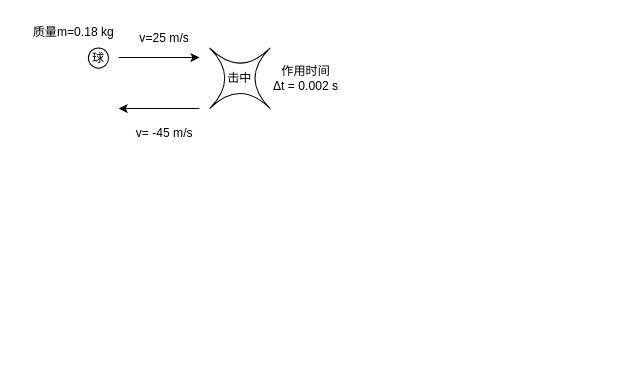
Earlier version of the draw.io diagram 30_生活中的物理/物理2图解.drawio (m-v-priest/02_myself_ID_EGO). Source tidied: cells renumbered, new cells numbered last; positions are measured from the earlier drawing's top-left corner, leaving out a move shared by most shapes. Both pictures are drawn from the tidied source at 101%, with x=0, y=0 at pixel (17, 17).
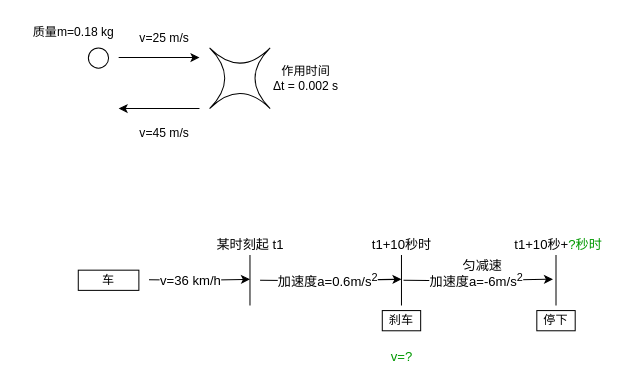
The same page after the edit.

Change to the diagram source:
```diff
@@
-    <mxCell id="2" value="球" style="ellipse;whiteSpace=wrap;html=1;" parent="1" vertex="1">
+    <mxCell id="2" style="ellipse;whiteSpace=wrap;html=1;" parent="1" vertex="1">
       <mxGeometry x="70" y="30" width="20" height="20" as="geometry" />
     </mxCell>
@@
-    <mxCell id="4" value="击中" style="shape=switch;whiteSpace=wrap;html=1;" parent="1" vertex="1">
+    <mxCell id="4" style="shape=switch;whiteSpace=wrap;html=1;" parent="1" vertex="1">
       <mxGeometry x="190" y="30" width="60" height="60" as="geometry" />
     </mxCell>
@@
-    <mxCell id="9" value="v= -45 m/s" style="text;html=1;align=center;verticalAlign=middle;strokeColor=none;fillColor=none;" parent="1" vertex="1">
-      <mxGeometry x="105" y="100" width="80" height="30" as="geometry" />
+    <mxCell id="9" value="v=45 m/s" style="text;html=1;align=center;verticalAlign=middle;strokeColor=none;fillColor=none;" parent="1" vertex="1">
+      <mxGeometry x="110" y="100" width="70" height="30" as="geometry" />
     </mxCell>
+    <mxCell id="10" value="车" style="rounded=0;whiteSpace=wrap;html=1;" parent="1" vertex="1">
+      <mxGeometry x="60" y="250" width="60" height="20" as="geometry" />
+    </mxCell>
+    <mxCell id="11" style="endArrow=classic;html=1;rounded=0;" parent="1" edge="1">
+      <mxGeometry relative="1" as="geometry">
+        <mxPoint x="130" y="259.5" as="sourcePoint" />
+        <mxPoint x="230" y="259" as="targetPoint" />
+        <Array as="points">
+          <mxPoint x="180" y="260" />
+        </Array>
+      </mxGeometry>
+    </mxCell>
+    <mxCell id="12" value="v=36 km/h" style="edgeLabel;html=1;align=center;verticalAlign=middle;fontSize=13;" parent="11" vertex="1">
+      <mxGeometry x="0.3" y="-3" relative="1" as="geometry">
+        <mxPoint x="-25" y="-3" as="offset" />
+      </mxGeometry>
+    </mxCell>
+    <mxCell id="13" style="endArrow=none;html=1;rounded=0;fontSize=13;" parent="1" edge="1">
+      <mxGeometry relative="1" as="geometry">
+        <mxPoint x="230" y="285" as="sourcePoint" />
+        <mxPoint x="230" y="235" as="targetPoint" />
+      </mxGeometry>
+    </mxCell>
+    <mxCell id="14" value="某时刻起 t1" style="text;html=1;align=center;verticalAlign=middle;strokeColor=none;fillColor=none;fontSize=13;" parent="1" vertex="1">
+      <mxGeometry x="185" y="210" width="90" height="30" as="geometry" />
+    </mxCell>
+    <mxCell id="15" style="endArrow=classic;html=1;rounded=0;" parent="1" edge="1">
+      <mxGeometry relative="1" as="geometry">
+        <mxPoint x="240" y="260" as="sourcePoint" />
+        <mxPoint x="380" y="259" as="targetPoint" />
+        <Array as="points">
+          <mxPoint x="290" y="260.5" />
+        </Array>
+      </mxGeometry>
+    </mxCell>
+    <mxCell id="16" value="加速度a=0.6m/s&lt;sup&gt;2&lt;/sup&gt;" style="edgeLabel;html=1;align=center;verticalAlign=middle;fontSize=13;" parent="15" vertex="1">
+      <mxGeometry x="0.3" y="-3" relative="1" as="geometry">
+        <mxPoint x="-25" y="-3" as="offset" />
+      </mxGeometry>
+    </mxCell>
+    <mxCell id="17" style="endArrow=none;html=1;rounded=0;fontSize=13;" parent="1" edge="1">
+      <mxGeometry relative="1" as="geometry">
+        <mxPoint x="380" y="285" as="sourcePoint" />
+        <mxPoint x="380" y="235" as="targetPoint" />
+      </mxGeometry>
+    </mxCell>
+    <mxCell id="18" value="t1+10秒时" style="text;html=1;align=center;verticalAlign=middle;strokeColor=none;fillColor=none;fontSize=13;" parent="1" vertex="1">
+      <mxGeometry x="340" y="210" width="80" height="30" as="geometry" />
+    </mxCell>
+    <mxCell id="19" value="刹车" style="rounded=0;whiteSpace=wrap;html=1;" parent="1" vertex="1">
+      <mxGeometry x="361" y="290" width="38" height="20" as="geometry" />
+    </mxCell>
+    <mxCell id="20" style="endArrow=none;html=1;rounded=0;fontSize=13;" parent="1" edge="1">
+      <mxGeometry relative="1" as="geometry">
+        <mxPoint x="533" y="285" as="sourcePoint" />
+        <mxPoint x="533" y="235" as="targetPoint" />
+      </mxGeometry>
+    </mxCell>
+    <mxCell id="21" value="停下" style="rounded=0;whiteSpace=wrap;html=1;" parent="1" vertex="1">
+      <mxGeometry x="514" y="290" width="38" height="20" as="geometry" />
+    </mxCell>
+    <mxCell id="22" style="endArrow=classic;html=1;rounded=0;" parent="1" edge="1">
+      <mxGeometry relative="1" as="geometry">
+        <mxPoint x="382" y="260" as="sourcePoint" />
+        <mxPoint x="530" y="259" as="targetPoint" />
+        <Array as="points">
+          <mxPoint x="432" y="260.5" />
+        </Array>
+      </mxGeometry>
+    </mxCell>
+    <mxCell id="23" value="加速度a=-6m/s&lt;sup&gt;2&lt;/sup&gt;" style="edgeLabel;html=1;align=center;verticalAlign=middle;fontSize=13;" parent="22" vertex="1">
+      <mxGeometry x="0.3" y="-3" relative="1" as="geometry">
+        <mxPoint x="-25" y="-3" as="offset" />
+      </mxGeometry>
+    </mxCell>
+    <mxCell id="24" value="匀减速" style="text;html=1;align=center;verticalAlign=middle;strokeColor=none;fillColor=none;fontSize=13;" parent="1" vertex="1">
+      <mxGeometry x="430" y="230" width="60" height="30" as="geometry" />
+    </mxCell>
+    <mxCell id="25" value="v=?" style="text;html=1;align=center;verticalAlign=middle;strokeColor=none;fillColor=none;fontSize=13;fontColor=#009900;" parent="1" vertex="1">
+      <mxGeometry x="360" y="320" width="40" height="30" as="geometry" />
+    </mxCell>
+    <mxCell id="26" value="t1+10秒+&lt;font color=&quot;#009900&quot;&gt;?秒时&lt;/font&gt;" style="text;html=1;align=center;verticalAlign=middle;strokeColor=none;fillColor=none;fontSize=13;" parent="1" vertex="1">
+      <mxGeometry x="480" y="210" width="110" height="30" as="geometry" />
+    </mxCell>
```
